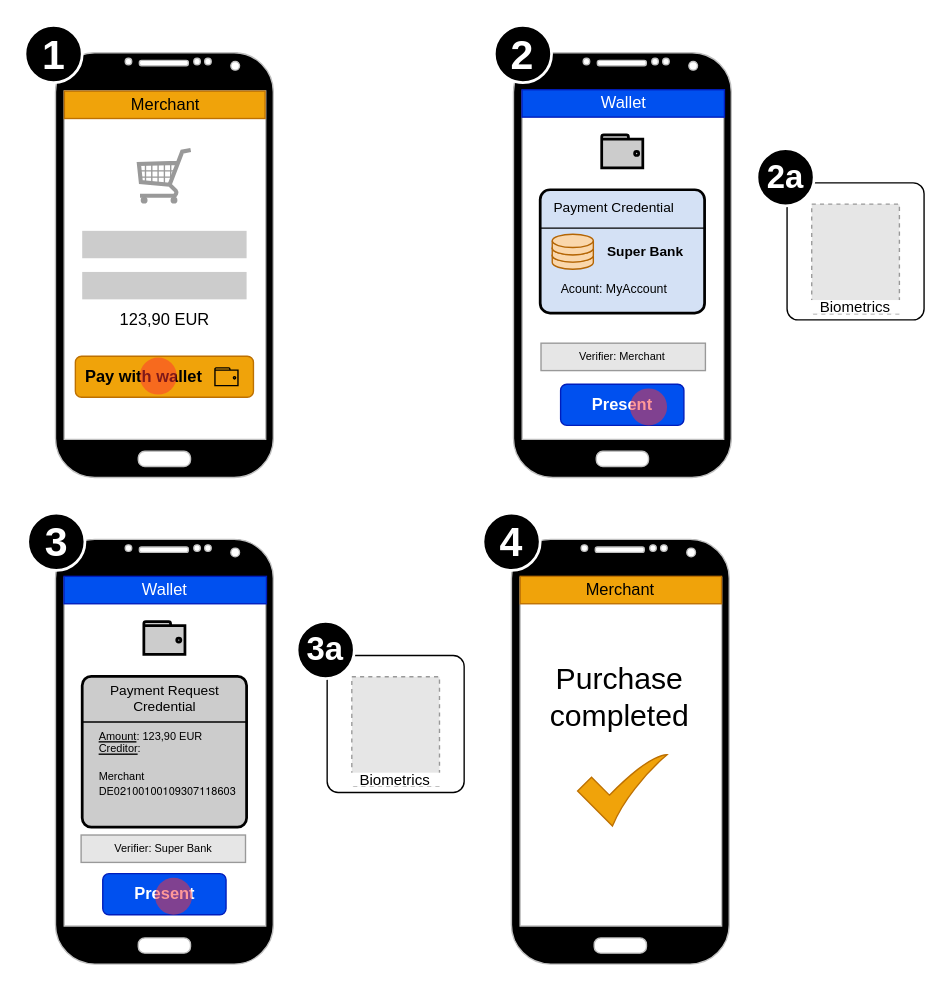
digitallabor-berlin/eudiw-sca keeps this draw.io diagram as screenflow.drawio. Above is the earlier version. Source tidied: cells renumbered, new cells numbered last; positions are measured from the earlier drawing's top-left corner, leaving out a move shared by most shapes. Both pictures are drawn from the tidied source at 137%, with x=0, y=0 at pixel (25, 25). Pictures stored in the file or linked from it are replaced by grey dashed boxes.
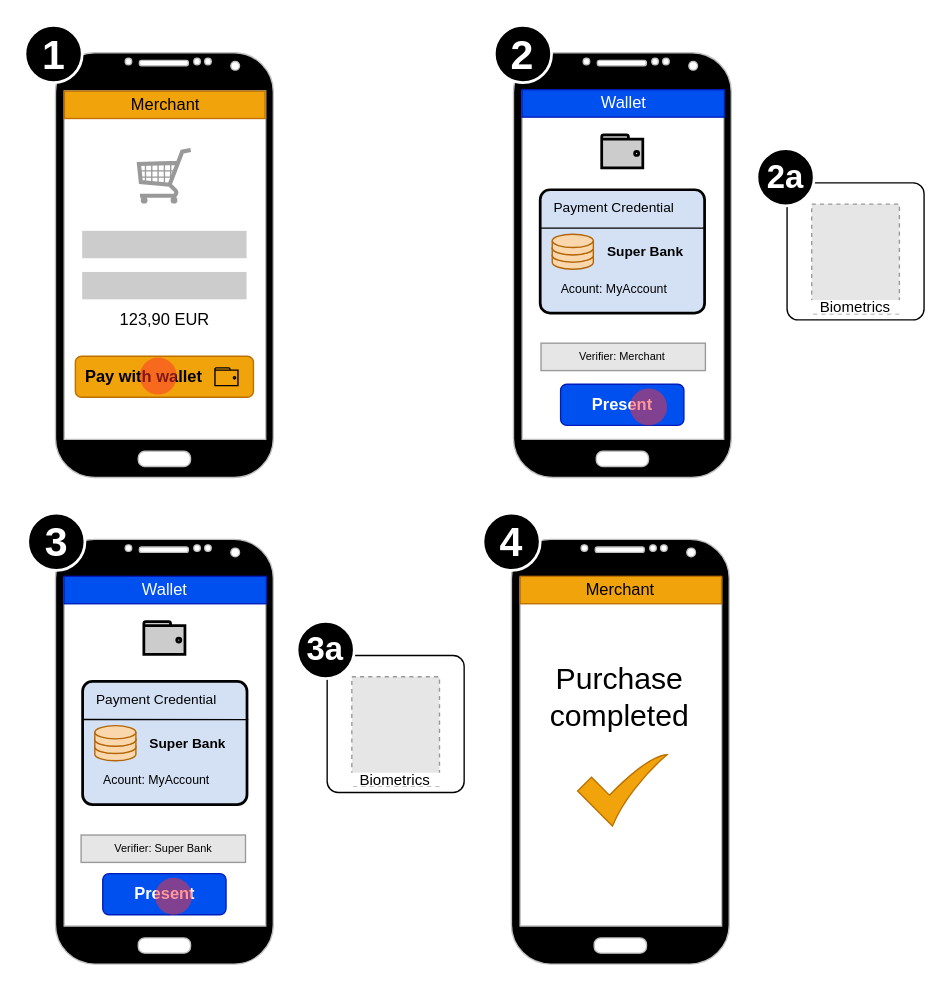
After the change.

The edit, as a diff of the source:
```diff
@@
-    <mxCell id="25" style="rounded=1;whiteSpace=wrap;html=1;strokeColor=#000000;fillColor=#CCCCCC;strokeWidth=2;arcSize=6;" parent="1" vertex="1">
-      <mxGeometry x="41.5" y="475.2" width="120" height="110" as="geometry" />
-    </mxCell>
-    <mxCell id="26" value="Payment Request Credential" style="text;html=1;strokeColor=none;fillColor=none;align=center;verticalAlign=middle;whiteSpace=wrap;rounded=0;fontSize=10;" parent="1" vertex="1">
-      <mxGeometry x="47.7" y="483.5" width="107.5" height="14.5" as="geometry" />
-    </mxCell>
-    <mxCell id="27" value="&lt;u&gt;Amount&lt;/u&gt;: 123,90 EUR&lt;br style=&quot;font-size: 8px&quot;&gt;&lt;u&gt;Creditor&lt;/u&gt;: &lt;br&gt;&lt;br&gt;Merchant&lt;br style=&quot;font-size: 8px&quot;&gt;&lt;p class=&quot;p1&quot; style=&quot;margin: 0px ; font-stretch: normal ; font-size: 8px ; line-height: normal ; font-family: &amp;#34;helvetica neue&amp;#34;&quot;&gt;DE02100100109307118603&lt;/p&gt;" style="text;html=1;strokeColor=none;fillColor=none;align=left;verticalAlign=middle;whiteSpace=wrap;rounded=0;fontSize=8;" parent="1" vertex="1">
-      <mxGeometry x="52" y="517.8" width="90" height="42.2" as="geometry" />
-    </mxCell>
-    <mxCell id="28" style="endArrow=none;html=1;rounded=0;fontSize=9;entryX=1.004;entryY=0.339;entryDx=0;entryDy=0;entryPerimeter=0;" parent="1" edge="1">
-      <mxGeometry relative="1" as="geometry">
-        <mxPoint x="41.5" y="508.5" as="sourcePoint" />
-        <mxPoint x="162" y="508.5" as="targetPoint" />
-      </mxGeometry>
-    </mxCell>
@@
+    <mxCell id="55" style="rounded=1;whiteSpace=wrap;html=1;strokeColor=#000000;fillColor=#D4E1F5;strokeWidth=2;arcSize=8;" parent="1" vertex="1">
+      <mxGeometry x="41.8" y="478.8" width="120" height="90" as="geometry" />
+    </mxCell>
+    <mxCell id="56" value="Payment Credential" style="text;html=1;strokeColor=none;fillColor=none;align=left;verticalAlign=middle;whiteSpace=wrap;rounded=0;fontSize=10;" parent="1" vertex="1">
+      <mxGeometry x="50.1" y="476.8" width="106.5" height="30" as="geometry" />
+    </mxCell>
+    <mxCell id="57" value="Acount: MyAccount" style="text;html=1;strokeColor=none;fillColor=none;align=center;verticalAlign=middle;whiteSpace=wrap;rounded=0;fontSize=9;" parent="1" vertex="1">
+      <mxGeometry x="50.7" y="544.2" width="90" height="14.5" as="geometry" />
+    </mxCell>
+    <mxCell id="58" style="shape=cylinder3;whiteSpace=wrap;html=1;boundedLbl=1;backgroundOutline=1;size=4.813333333333304;sketch=0;fontSize=8;strokeColor=#b46504;strokeWidth=1;fillColor=#fad7ac;gradientDirection=radial;" parent="1" vertex="1">
+      <mxGeometry x="50.7" y="521.8" width="30" height="15" as="geometry" />
+    </mxCell>
+    <mxCell id="59" style="shape=cylinder3;whiteSpace=wrap;html=1;boundedLbl=1;backgroundOutline=1;size=4.813333333333304;sketch=0;fontSize=8;strokeColor=#b46504;strokeWidth=1;fillColor=#fad7ac;gradientDirection=radial;" parent="1" vertex="1">
+      <mxGeometry x="50.7" y="516.5" width="30" height="15" as="geometry" />
+    </mxCell>
+    <mxCell id="60" style="shape=cylinder3;whiteSpace=wrap;html=1;boundedLbl=1;backgroundOutline=1;size=4.813333333333304;sketch=0;fontSize=8;strokeColor=#b46504;strokeWidth=1;fillColor=#fad7ac;gradientDirection=radial;" parent="1" vertex="1">
+      <mxGeometry x="50.7" y="511.2" width="30" height="15" as="geometry" />
+    </mxCell>
+    <mxCell id="61" value="Super Bank" style="text;html=1;strokeColor=none;fillColor=none;align=left;verticalAlign=middle;whiteSpace=wrap;rounded=0;fontSize=10;fontStyle=1;" parent="1" vertex="1">
+      <mxGeometry x="88.9" y="517" width="64.2" height="14.5" as="geometry" />
+    </mxCell>
+    <mxCell id="62" style="endArrow=none;html=1;rounded=0;fontSize=9;entryX=1.004;entryY=0.339;entryDx=0;entryDy=0;entryPerimeter=0;" parent="1" edge="1">
+      <mxGeometry relative="1" as="geometry">
+        <mxPoint x="42.2" y="506.7" as="sourcePoint" />
+        <mxPoint x="162.7" y="506.8" as="targetPoint" />
+      </mxGeometry>
+    </mxCell>
```
